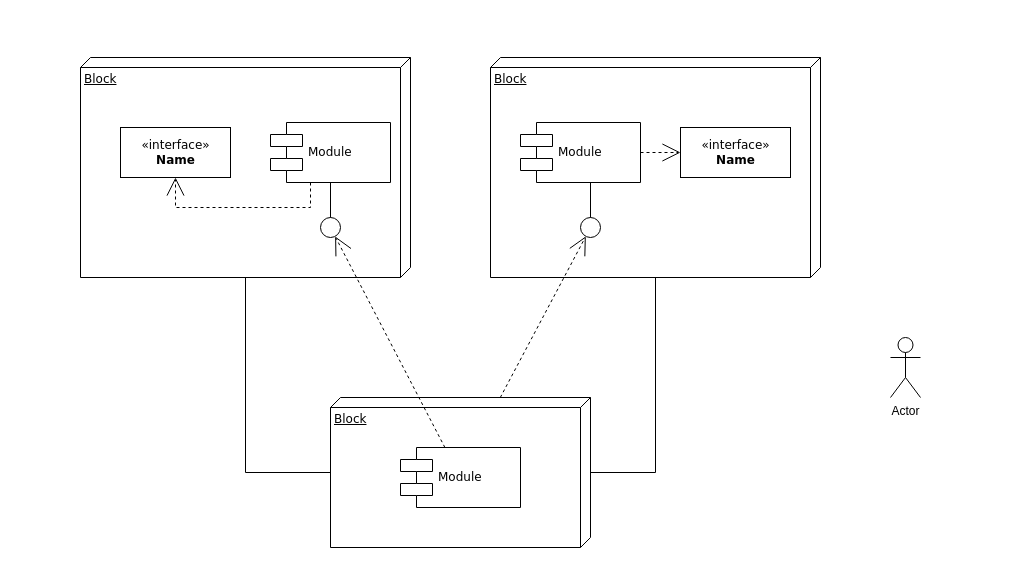
Above: Diagrama sin título.drawio in moygamero/MarketPlaceCH (draw.io), before the change. Source tidied: cells renumbered, new cells numbered last; positions are measured from the earlier drawing's top-left corner, leaving out a move shared by most shapes. Both pictures are drawn from the tidied source at 100%, with x=0, y=0 at pixel (80, 57).
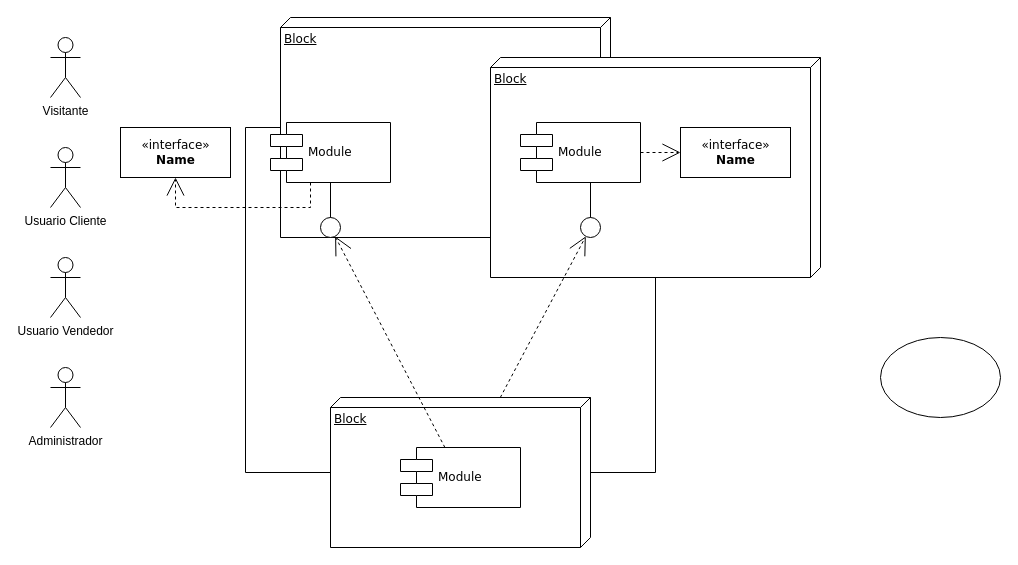
The same page after the edit.

Diff of the diagram source:
```diff
@@
     <mxCell id="2" value="Block" style="verticalAlign=top;align=left;spacingTop=8;spacingLeft=2;spacingRight=12;shape=cube;size=10;direction=south;fontStyle=4;html=1;rounded=0;shadow=0;comic=0;labelBackgroundColor=none;strokeWidth=1;fontFamily=Verdana;fontSize=12;" parent="1" vertex="1">
-      <mxGeometry width="330" height="220" as="geometry" />
+      <mxGeometry x="200" y="-40" width="330" height="220" as="geometry" />
     </mxCell>
@@
-    <mxCell id="20" value="Actor" style="shape=umlActor;verticalLabelPosition=bottom;verticalAlign=top;html=1;" parent="1" vertex="1">
-      <mxGeometry x="810" y="280" width="30" height="60" as="geometry" />
+    <mxCell id="20" value="Usuario Cliente" style="shape=umlActor;verticalLabelPosition=bottom;verticalAlign=top;html=1;" parent="1" vertex="1">
+      <mxGeometry x="-30" y="90" width="30" height="60" as="geometry" />
     </mxCell>
+    <mxCell id="21" style="ellipse;whiteSpace=wrap;html=1;" parent="1" vertex="1">
+      <mxGeometry x="800" y="280" width="120" height="80" as="geometry" />
+    </mxCell>
+    <mxCell id="22" value="Visitante" style="shape=umlActor;verticalLabelPosition=bottom;verticalAlign=top;html=1;" parent="1" vertex="1">
+      <mxGeometry x="-30" y="-20" width="30" height="60" as="geometry" />
+    </mxCell>
+    <mxCell id="23" value="Usuario Vendedor" style="shape=umlActor;verticalLabelPosition=bottom;verticalAlign=top;html=1;" parent="1" vertex="1">
+      <mxGeometry x="-30" y="200" width="30" height="60" as="geometry" />
+    </mxCell>
+    <mxCell id="24" value="Administrador" style="shape=umlActor;verticalLabelPosition=bottom;verticalAlign=top;html=1;" parent="1" vertex="1">
+      <mxGeometry x="-30" y="310" width="30" height="60" as="geometry" />
+    </mxCell>
```
